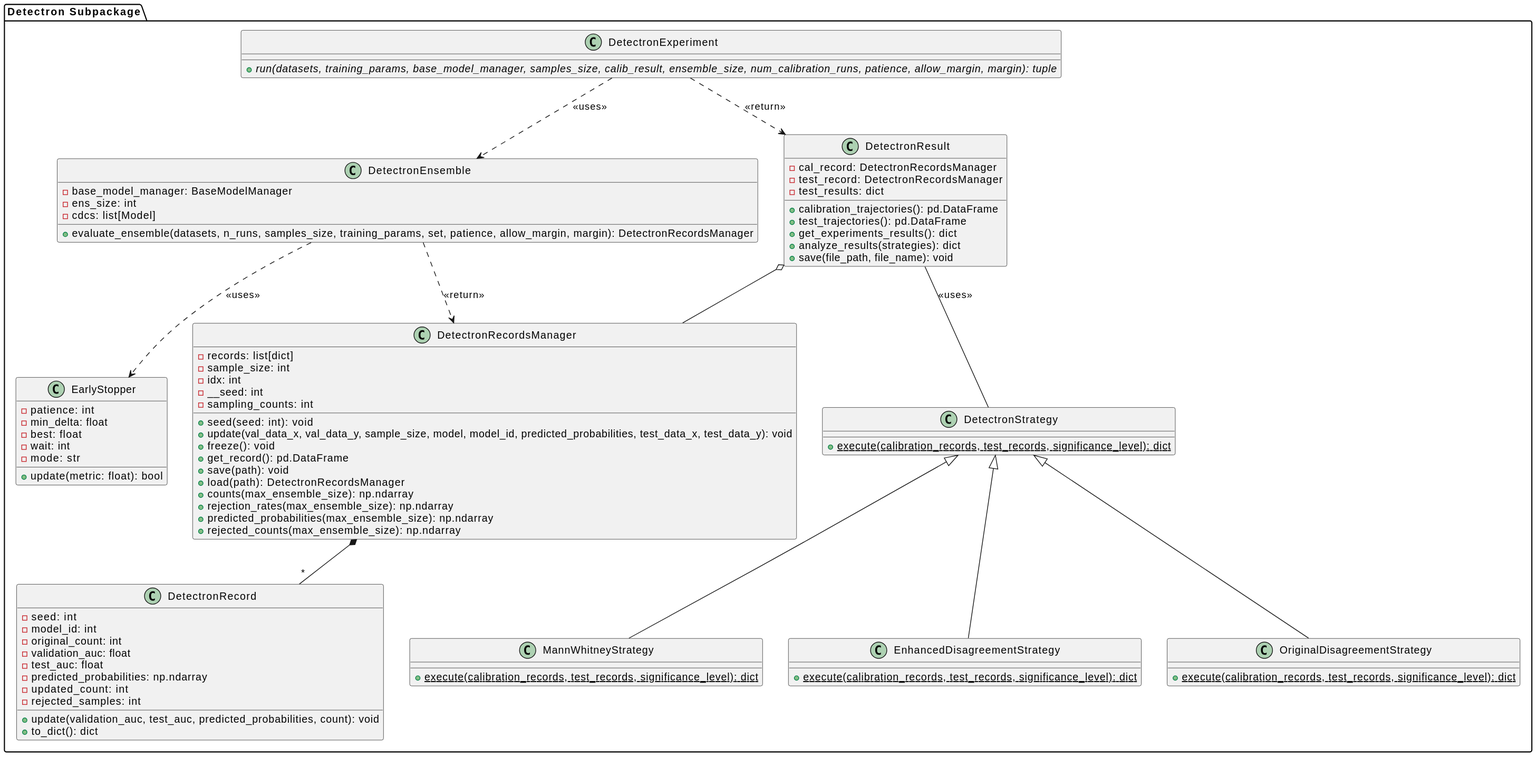
MEDomics-UdeS/MED3pa keeps this PlantUML diagram as docs/diagrams/detectron.svg. Above is the earlier version.
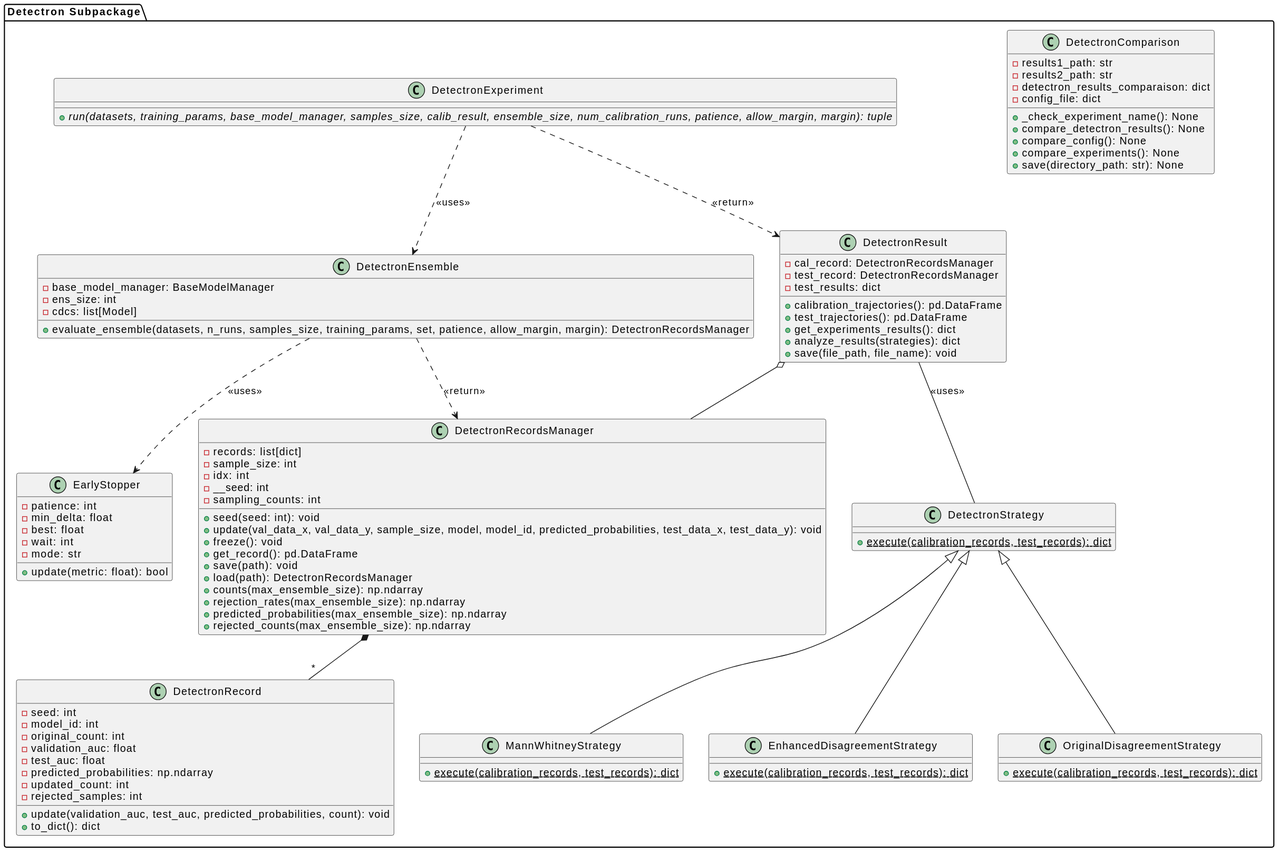
Above is the later version.

Change to the diagram source:
```diff
@@ -49,19 +49,19 @@
     }
 
     class DetectronStrategy {
-        {static} +execute(calibration_records, test_records, significance_level): dict
+        {static} +execute(calibration_records, test_records): dict
     }
 
     class OriginalDisagreementStrategy {
-        {static} +execute(calibration_records, test_records, significance_level): dict
+        {static} +execute(calibration_records, test_records): dict
     }
 
     class MannWhitneyStrategy {
-        {static} +execute(calibration_records, test_records, significance_level): dict
+        {static} +execute(calibration_records, test_records): dict
     }
 
     class EnhancedDisagreementStrategy {
-        {static} +execute(calibration_records, test_records, significance_level): dict
+        {static} +execute(calibration_records, test_records): dict
     }
 
     class DetectronResult {
@@ -79,6 +79,20 @@
         {abstract} +run(datasets, training_params, base_model_manager, samples_size, calib_result, ensemble_size, num_calibration_runs, patience, allow_margin, margin): tuple
     }
 
+
+    class DetectronComparison {
+        -results1_path: str
+        -results2_path: str
+        -detectron_results_comparaison: dict
+        -config_file: dict
+
+        +_check_experiment_name(): None
+        +compare_detectron_results(): None
+        +compare_config(): None
+        +compare_experiments(): None
+        +save(directory_path: str): None
+    }
+
     DetectronEnsemble ..> EarlyStopper : <<uses>>
     DetectronExperiment ..> DetectronEnsemble : <<uses>>
     DetectronRecordsManager *-- "*" DetectronRecord
```
